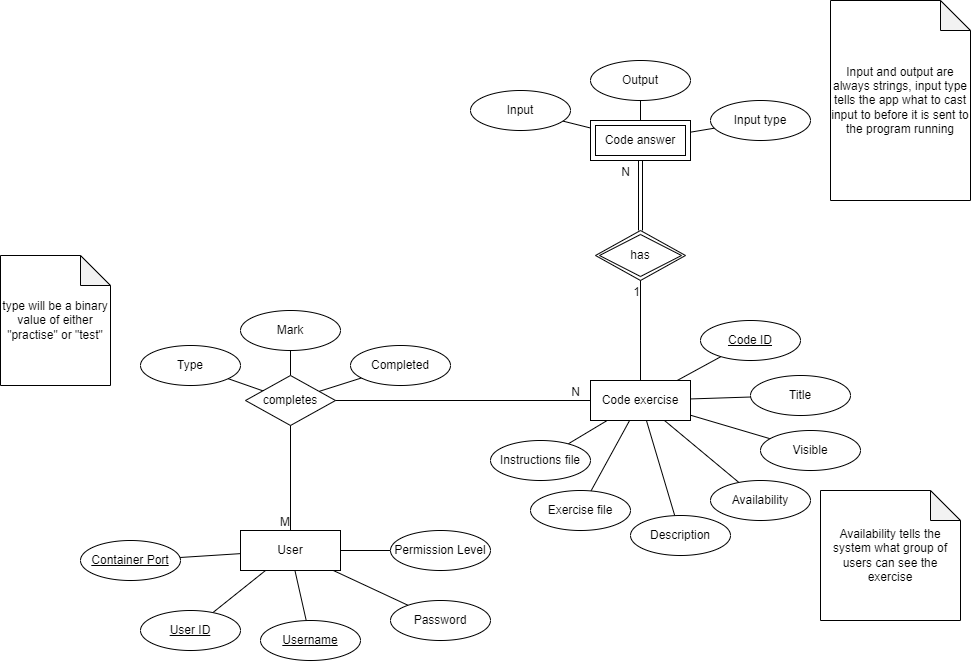
The draw.io diagram design/ERD.png in otto2048/honours-project, before a commit. Source tidied: cells renumbered, new cells last; positions are measured from the earlier drawing's top-left corner, leaving out a move shared by most shapes.
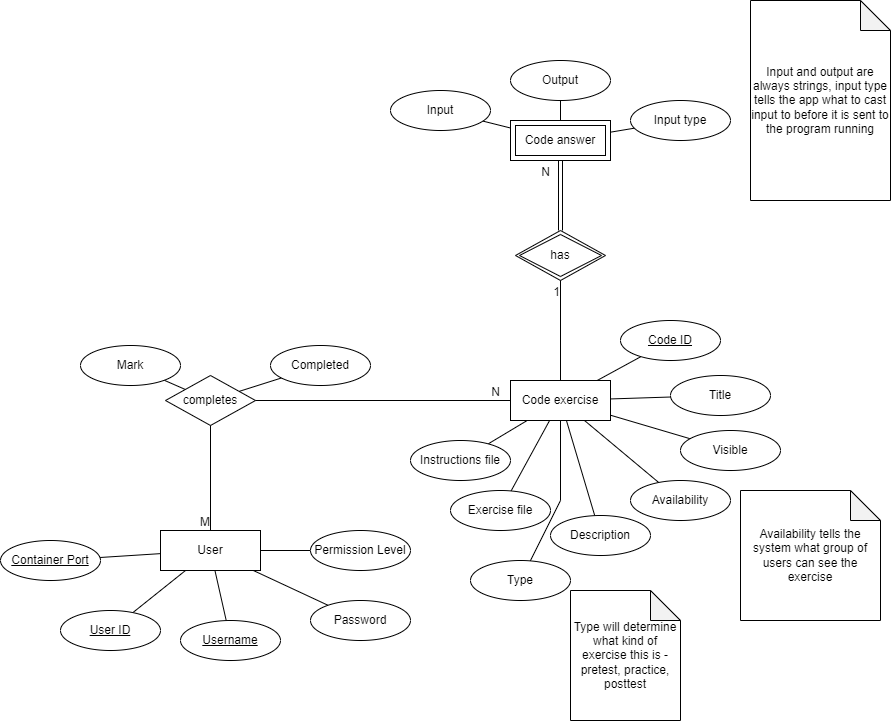
Later version of the same file.

Commit message:
Add type field to exercises

Diff of the diagram source:
```diff
@@ -8,8 +8,12 @@
     <mxCell id="3" value="User" style="whiteSpace=wrap;html=1;align=center;" parent="1" vertex="1">
       <mxGeometry x="240" y="530" width="100" height="40" as="geometry" />
     </mxCell>
-    <mxCell id="4" style="rounded=0;jettySize=auto;html=1;endArrow=none;endFill=0;" parent="1" edge="1" source="6" target="11">
-      <mxGeometry relative="1" as="geometry" />
+    <mxCell id="4" style="rounded=0;jettySize=auto;html=1;endArrow=none;endFill=0;" parent="1" edge="1" source="2" target="11">
+      <mxGeometry relative="1" as="geometry">
+        <Array as="points">
+          <mxPoint x="640" y="500" />
+        </Array>
+      </mxGeometry>
     </mxCell>
     <mxCell id="5" style="rounded=0;jettySize=auto;html=1;endArrow=none;endFill=0;" parent="1" edge="1" source="6" target="12">
       <mxGeometry relative="1" as="geometry" />
@@ -34,10 +38,10 @@
       </mxGeometry>
     </mxCell>
     <mxCell id="11" value="Type" style="ellipse;whiteSpace=wrap;html=1;align=center;" parent="1" vertex="1">
-      <mxGeometry x="140" y="345" width="100" height="40" as="geometry" />
+      <mxGeometry x="550" y="560" width="100" height="40" as="geometry" />
     </mxCell>
     <mxCell id="12" value="Mark" style="ellipse;whiteSpace=wrap;html=1;align=center;" parent="1" vertex="1">
-      <mxGeometry x="240" y="310" width="100" height="40" as="geometry" />
+      <mxGeometry x="160" y="345" width="100" height="40" as="geometry" />
     </mxCell>
     <mxCell id="13" style="rounded=0;jettySize=auto;html=1;endArrow=none;endFill=0;" parent="1" edge="1" source="14" target="3">
       <mxGeometry relative="1" as="geometry" />
@@ -87,8 +91,8 @@
     <mxCell id="28" value="Instructions file" style="ellipse;whiteSpace=wrap;html=1;align=center;" parent="1" vertex="1">
       <mxGeometry x="490" y="440" width="100" height="40" as="geometry" />
     </mxCell>
-    <mxCell id="29" value="type will be a binary value of either &quot;practise&quot; or &quot;test&quot;" style="shape=note;whiteSpace=wrap;html=1;backgroundOutline=1;darkOpacity=0.05;" parent="1" vertex="1">
-      <mxGeometry y="255" width="110" height="130" as="geometry" />
+    <mxCell id="29" value="Type will determine what kind of exercise this is - pretest, practice, posttest" style="shape=note;whiteSpace=wrap;html=1;backgroundOutline=1;darkOpacity=0.05;" parent="1" vertex="1">
+      <mxGeometry x="650" y="590" width="110" height="130" as="geometry" />
     </mxCell>
     <mxCell id="30" value="Code answer" style="shape=ext;margin=3;double=1;whiteSpace=wrap;html=1;align=center;" parent="1" vertex="1">
       <mxGeometry x="590" y="120" width="100" height="40" as="geometry" />
```
